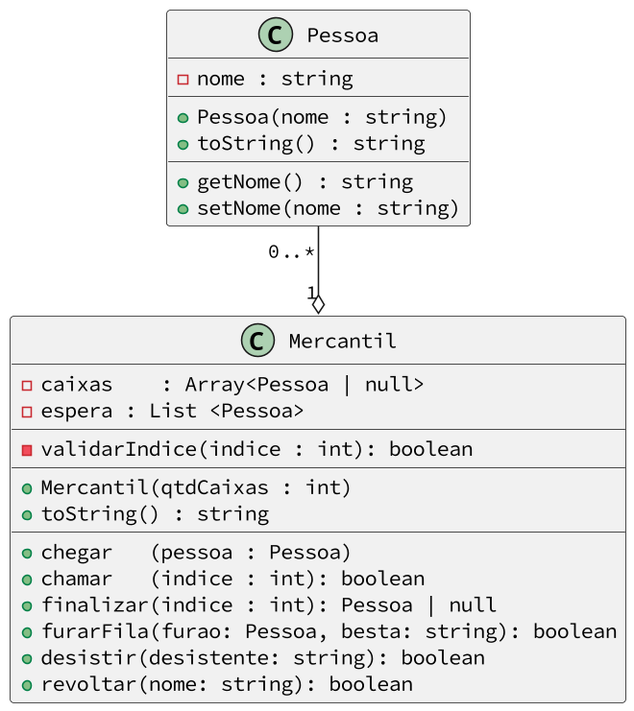
Before: base/budega/diagrama.png, a diagram exported from PlantUML (qxcodepoo/arcade). The source it was exported from:
```plantuml
@startuml
skinparam defaultFontName Hasklig
skinparam dpi 150
class Pessoa {
  - nome : string
  __
  + Pessoa(nome : string)
  + toString() : string
  __
  + getNome() : string
  + setNome(nome : string)
}
class Mercantil {
  - caixas    : Array<Pessoa | null>
  - espera : List <Pessoa>
  __
  - validarIndice(indice : int): boolean
  __
  + Mercantil(qtdCaixas : int)
  + toString() : string
  __
  + chegar   (pessoa : Pessoa)
  + chamar   (indice : int): boolean
  + finalizar(indice : int): Pessoa | null
  + furarFila(furao: Pessoa, besta: string): boolean
  + desistir(desistente: string): boolean
  + revoltar(nome: string): boolean
}
Pessoa "0..*" --o  "1" Mercantil
@enduml
```
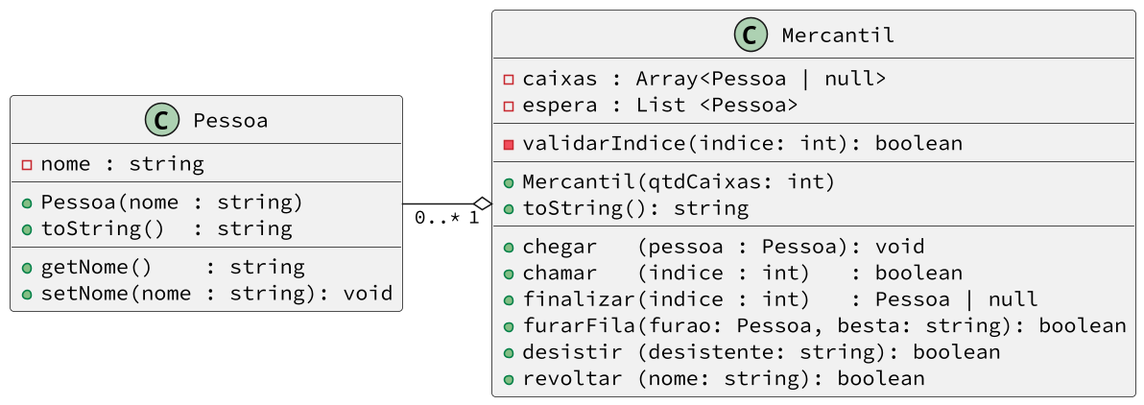
The same file after the commit.

Change to the diagram source:
```diff
@@ -1,30 +1,31 @@
 @startuml
-skinparam defaultFontName Hasklig
+skinparam defaultFontName "Source Code Pro"
 skinparam dpi 150
+left to right direction
 class Pessoa {
   - nome : string
   __
   + Pessoa(nome : string)
-  + toString() : string
+  + toString()  : string
   __
-  + getNome() : string
-  + setNome(nome : string)
+  + getNome()    : string
+  + setNome(nome : string): void
 }
 class Mercantil {
-  - caixas    : Array<Pessoa | null>
+  - caixas : Array<Pessoa | null>
   - espera : List <Pessoa>
   __
-  - validarIndice(indice : int): boolean
+  - validarIndice(indice: int): boolean
   __
-  + Mercantil(qtdCaixas : int)
-  + toString() : string
+  + Mercantil(qtdCaixas: int)
+  + toString(): string
   __
-  + chegar   (pessoa : Pessoa)
-  + chamar   (indice : int): boolean
-  + finalizar(indice : int): Pessoa | null
+  + chegar   (pessoa : Pessoa): void
+  + chamar   (indice : int)   : boolean
+  + finalizar(indice : int)   : Pessoa | null
   + furarFila(furao: Pessoa, besta: string): boolean
-  + desistir(desistente: string): boolean
-  + revoltar(nome: string): boolean
+  + desistir (desistente: string): boolean
+  + revoltar (nome: string): boolean
 }
 Pessoa "0..*" --o  "1" Mercantil
 @enduml
```
